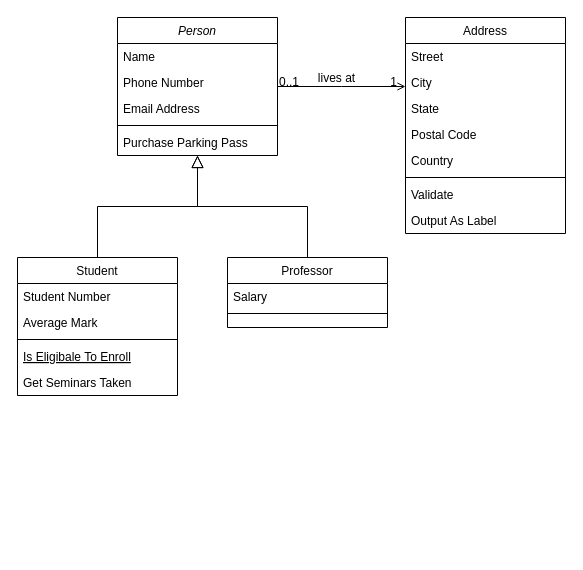
The draw.io diagram Week7.drawio in aisyahkamilah/Week7, before the edit. Source tidied: cells renumbered, new cells numbered last; positions are measured from the earlier drawing's top-left corner, leaving out a move shared by most shapes. Both pictures are drawn from the tidied source at 100%, with x=0, y=0 at pixel (17, 17).
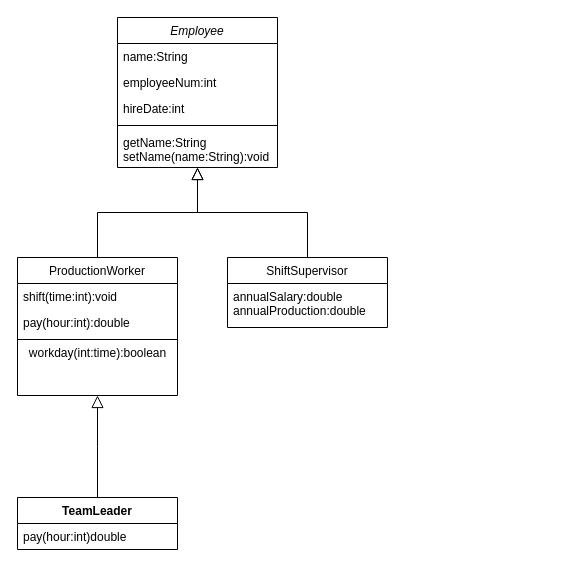
Above is the later version.

What changed in the source:
```diff
@@
-    <mxCell id="2" value="Person" style="swimlane;fontStyle=2;align=center;verticalAlign=top;horizontal=1;startSize=26;rounded=0;shadow=0;strokeWidth=1;" parent="1" vertex="1">
-      <mxGeometry x="100" width="160" height="138" as="geometry" />
+    <mxCell id="2" value="Employee" style="swimlane;fontStyle=2;align=center;verticalAlign=top;horizontal=1;startSize=26;rounded=0;shadow=0;strokeWidth=1;" parent="1" vertex="1">
+      <mxGeometry x="100" width="160" height="150" as="geometry" />
     </mxCell>
-    <mxCell id="3" value="Name" style="text;align=left;verticalAlign=top;spacingLeft=4;spacingRight=4;overflow=hidden;" parent="2" vertex="1">
+    <mxCell id="3" value="name:String" style="text;align=left;verticalAlign=top;spacingLeft=4;spacingRight=4;overflow=hidden;" parent="2" vertex="1">
       <mxGeometry y="26" width="160" height="26" as="geometry" />
     </mxCell>
-    <mxCell id="4" value="Phone Number" style="text;align=left;verticalAlign=top;spacingLeft=4;spacingRight=4;overflow=hidden;rounded=0;shadow=0;html=0;" parent="2" vertex="1">
+    <mxCell id="4" value="employeeNum:int" style="text;align=left;verticalAlign=top;spacingLeft=4;spacingRight=4;overflow=hidden;rounded=0;shadow=0;html=0;" parent="2" vertex="1">
       <mxGeometry y="52" width="160" height="26" as="geometry" />
     </mxCell>
-    <mxCell id="5" value="Email Address" style="text;align=left;verticalAlign=top;spacingLeft=4;spacingRight=4;overflow=hidden;rounded=0;shadow=0;html=0;" parent="2" vertex="1">
+    <mxCell id="5" value="hireDate:int" style="text;align=left;verticalAlign=top;spacingLeft=4;spacingRight=4;overflow=hidden;rounded=0;shadow=0;html=0;" parent="2" vertex="1">
       <mxGeometry y="78" width="160" height="26" as="geometry" />
     </mxCell>
@@
-    <mxCell id="7" value="Purchase Parking Pass" style="text;align=left;verticalAlign=top;spacingLeft=4;spacingRight=4;overflow=hidden;" parent="2" vertex="1">
-      <mxGeometry y="112" width="160" height="26" as="geometry" />
+    <mxCell id="7" value="getName:String&#10;setName(name:String):void" style="text;align=left;verticalAlign=top;spacingLeft=4;spacingRight=4;overflow=hidden;" parent="2" vertex="1">
+      <mxGeometry y="112" width="160" height="38" as="geometry" />
     </mxCell>
-    <mxCell id="8" value="Student" style="swimlane;fontStyle=0;align=center;verticalAlign=top;horizontal=1;startSize=26;rounded=0;shadow=0;strokeWidth=1;" parent="1" vertex="1">
+    <mxCell id="8" value="ProductionWorker" style="swimlane;fontStyle=0;align=center;verticalAlign=top;horizontal=1;startSize=26;rounded=0;shadow=0;strokeWidth=1;" parent="1" vertex="1">
       <mxGeometry y="240" width="160" height="138" as="geometry" />
     </mxCell>
-    <mxCell id="9" value="Student Number" style="text;align=left;verticalAlign=top;spacingLeft=4;spacingRight=4;overflow=hidden;" parent="8" vertex="1">
+    <mxCell id="9" value="shift(time:int):void" style="text;align=left;verticalAlign=top;spacingLeft=4;spacingRight=4;overflow=hidden;" parent="8" vertex="1">
       <mxGeometry y="26" width="160" height="26" as="geometry" />
     </mxCell>
-    <mxCell id="10" value="Average Mark" style="text;align=left;verticalAlign=top;spacingLeft=4;spacingRight=4;overflow=hidden;rounded=0;shadow=0;html=0;" parent="8" vertex="1">
+    <mxCell id="10" value="pay(hour:int):double" style="text;align=left;verticalAlign=top;spacingLeft=4;spacingRight=4;overflow=hidden;rounded=0;shadow=0;html=0;" parent="8" vertex="1">
       <mxGeometry y="52" width="160" height="26" as="geometry" />
     </mxCell>
@@
-    <mxCell id="12" value="Is Eligibale To Enroll" style="text;align=left;verticalAlign=top;spacingLeft=4;spacingRight=4;overflow=hidden;fontStyle=4;" parent="8" vertex="1">
-      <mxGeometry y="86" width="160" height="26" as="geometry" />
-    </mxCell>
-    <mxCell id="13" value="Get Seminars Taken" style="text;align=left;verticalAlign=top;spacingLeft=4;spacingRight=4;overflow=hidden;" parent="8" vertex="1">
-      <mxGeometry y="112" width="160" height="26" as="geometry" />
-    </mxCell>
+    <mxCell id="32" value="workday(int:time):boolean" style="text;html=1;align=center;verticalAlign=middle;" parent="8" vertex="1">
+      <mxGeometry y="86" width="160" height="20" as="geometry" />
+    </mxCell>
@@
-    <mxCell id="15" value="Professor" style="swimlane;fontStyle=0;align=center;verticalAlign=top;horizontal=1;startSize=26;rounded=0;shadow=0;strokeWidth=1;" parent="1" vertex="1">
+    <mxCell id="15" value="ShiftSupervisor" style="swimlane;fontStyle=0;align=center;verticalAlign=top;horizontal=1;startSize=26;rounded=0;shadow=0;strokeWidth=1;" parent="1" vertex="1">
       <mxGeometry x="210" y="240" width="160" height="70" as="geometry" />
     </mxCell>
-    <mxCell id="16" value="Salary" style="text;align=left;verticalAlign=top;spacingLeft=4;spacingRight=4;overflow=hidden;" parent="15" vertex="1">
-      <mxGeometry y="26" width="160" height="26" as="geometry" />
+    <mxCell id="16" value="annualSalary:double&#10;annualProduction:double&#10;" style="text;align=left;verticalAlign=top;spacingLeft=4;spacingRight=4;overflow=hidden;" parent="15" vertex="1">
+      <mxGeometry y="26" width="160" height="44" as="geometry" />
     </mxCell>
-    <mxCell id="17" style="line;html=1;strokeWidth=1;align=left;verticalAlign=middle;spacingTop=-1;spacingLeft=3;spacingRight=3;labelPosition=right;" parent="15" vertex="1">
-      <mxGeometry y="52" width="160" height="8" as="geometry" />
-    </mxCell>
@@
-    <mxCell id="19" value="Address" style="swimlane;fontStyle=0;align=center;verticalAlign=top;horizontal=1;startSize=26;rounded=0;shadow=0;strokeWidth=1;" parent="1" vertex="1">
-      <mxGeometry x="388" width="160" height="216" as="geometry" />
-    </mxCell>
-    <mxCell id="20" value="Street" style="text;align=left;verticalAlign=top;spacingLeft=4;spacingRight=4;overflow=hidden;" parent="19" vertex="1">
-      <mxGeometry y="26" width="160" height="26" as="geometry" />
-    </mxCell>
-    <mxCell id="21" value="City" style="text;align=left;verticalAlign=top;spacingLeft=4;spacingRight=4;overflow=hidden;rounded=0;shadow=0;html=0;" parent="19" vertex="1">
-      <mxGeometry y="52" width="160" height="26" as="geometry" />
-    </mxCell>
-    <mxCell id="22" value="State" style="text;align=left;verticalAlign=top;spacingLeft=4;spacingRight=4;overflow=hidden;rounded=0;shadow=0;html=0;" parent="19" vertex="1">
-      <mxGeometry y="78" width="160" height="26" as="geometry" />
-    </mxCell>
-    <mxCell id="23" value="Postal Code" style="text;align=left;verticalAlign=top;spacingLeft=4;spacingRight=4;overflow=hidden;rounded=0;shadow=0;html=0;" parent="19" vertex="1">
-      <mxGeometry y="104" width="160" height="26" as="geometry" />
-    </mxCell>
-    <mxCell id="24" value="Country" style="text;align=left;verticalAlign=top;spacingLeft=4;spacingRight=4;overflow=hidden;rounded=0;shadow=0;html=0;" parent="19" vertex="1">
-      <mxGeometry y="130" width="160" height="26" as="geometry" />
-    </mxCell>
-    <mxCell id="25" style="line;html=1;strokeWidth=1;align=left;verticalAlign=middle;spacingTop=-1;spacingLeft=3;spacingRight=3;labelPosition=right;" parent="19" vertex="1">
-      <mxGeometry y="156" width="160" height="8" as="geometry" />
-    </mxCell>
-    <mxCell id="26" value="Validate" style="text;align=left;verticalAlign=top;spacingLeft=4;spacingRight=4;overflow=hidden;" parent="19" vertex="1">
-      <mxGeometry y="164" width="160" height="26" as="geometry" />
-    </mxCell>
-    <mxCell id="27" value="Output As Label" style="text;align=left;verticalAlign=top;spacingLeft=4;spacingRight=4;overflow=hidden;" parent="19" vertex="1">
-      <mxGeometry y="190" width="160" height="26" as="geometry" />
-    </mxCell>
-    <mxCell id="28" style="endArrow=open;shadow=0;strokeWidth=1;rounded=0;endFill=1;edgeStyle=elbowEdgeStyle;elbow=vertical;" parent="1" edge="1" source="2" target="19">
-      <mxGeometry x="0.5" y="41" relative="1" as="geometry">
-        <mxPoint x="-40" y="32" as="offset" />
-      </mxGeometry>
-    </mxCell>
-    <mxCell id="29" value="0..1" style="align=left;verticalAlign=bottom;labelBackgroundColor=none;fontSize=12;" parent="28" vertex="1">
-      <mxGeometry x="-1" relative="1" as="geometry">
-        <mxPoint y="4" as="offset" />
-      </mxGeometry>
-    </mxCell>
-    <mxCell id="30" value="1" style="align=right;verticalAlign=bottom;labelBackgroundColor=none;fontSize=12;" parent="28" vertex="1">
-      <mxGeometry x="1" relative="1" as="geometry">
-        <mxPoint x="-7" y="4" as="offset" />
-      </mxGeometry>
-    </mxCell>
-    <mxCell id="31" value="lives at" style="text;html=1;align=center;verticalAlign=middle;labelBackgroundColor=none;rounded=0;shadow=0;strokeWidth=1;fontSize=12;" parent="28" vertex="1">
-      <mxGeometry x="0.5" y="49" relative="1" as="geometry">
-        <mxPoint x="-38" y="40" as="offset" />
-      </mxGeometry>
-    </mxCell>
+    <mxCell id="33" style="endArrow=block;endSize=10;endFill=0;shadow=0;strokeWidth=1;rounded=0;edgeStyle=elbowEdgeStyle;elbow=vertical;" parent="1" edge="1">
+      <mxGeometry relative="1" as="geometry">
+        <mxPoint x="80" y="480" as="sourcePoint" />
+        <mxPoint x="80" y="378" as="targetPoint" />
+      </mxGeometry>
+    </mxCell>
+    <mxCell id="34" value="TeamLeader" style="swimlane;fontStyle=1;align=center;verticalAlign=top;horizontal=1;startSize=26;" parent="1" vertex="1">
+      <mxGeometry y="480" width="160" height="52" as="geometry" />
+    </mxCell>
+    <mxCell id="35" value="pay(hour:int)double" style="text;strokeColor=none;fillColor=none;align=left;verticalAlign=top;spacingLeft=4;spacingRight=4;overflow=hidden;" parent="34" vertex="1">
+      <mxGeometry y="26" width="160" height="26" as="geometry" />
+    </mxCell>
```
